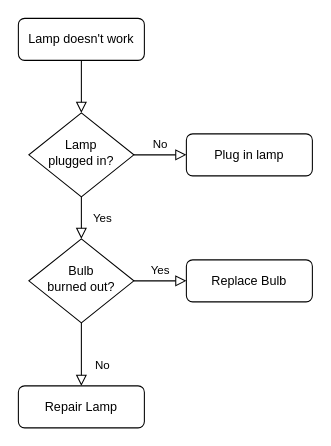
Earlier version of the draw.io diagram Untitled Diagram.drawio (cliffordli/OwnTest). Source tidied: cells renumbered, new cells numbered last; positions are measured from the earlier drawing's top-left corner, leaving out a move shared by most shapes. Both pictures are drawn from the tidied source at 105%, with x=0, y=0 at pixel (18, 18).
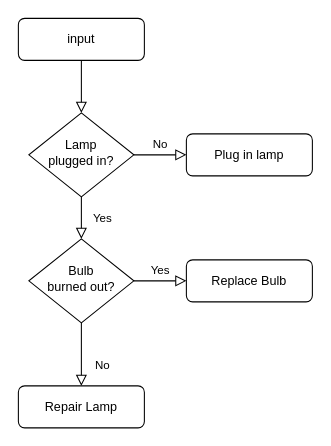
Above is the later version.

What changed in the source:
```diff
@@
 <mxGraphModel>
   <root>
     <mxCell id="0" />
     <mxCell id="1" parent="0" />
     <mxCell id="2" style="rounded=0;html=1;jettySize=auto;fontSize=11;endArrow=block;endFill=0;endSize=8;strokeWidth=1;shadow=0;labelBackgroundColor=none;edgeStyle=orthogonalEdgeStyle;" parent="1" edge="1" source="3" target="6">
       <mxGeometry relative="1" as="geometry" />
     </mxCell>
-    <mxCell id="3" value="Lamp doesn't work" style="rounded=1;whiteSpace=wrap;html=1;fontSize=12;glass=0;strokeWidth=1;shadow=0;" parent="1" vertex="1">
+    <mxCell id="3" value="input" style="rounded=1;whiteSpace=wrap;html=1;fontSize=12;glass=0;strokeWidth=1;shadow=0;" parent="1" vertex="1">
       <mxGeometry width="120" height="40" as="geometry" />
     </mxCell>
     <mxCell id="4" value="Yes" style="rounded=0;html=1;jettySize=auto;fontSize=11;endArrow=block;endFill=0;endSize=8;strokeWidth=1;shadow=0;labelBackgroundColor=none;edgeStyle=orthogonalEdgeStyle;" parent="1" edge="1" source="6" target="10">
       <mxGeometry y="20" relative="1" as="geometry" />
     </mxCell>
     <mxCell id="5" value="No" style="edgeStyle=orthogonalEdgeStyle;rounded=0;html=1;jettySize=auto;fontSize=11;endArrow=block;endFill=0;endSize=8;strokeWidth=1;shadow=0;labelBackgroundColor=none;" parent="1" edge="1" source="6" target="7">
       <mxGeometry y="10" relative="1" as="geometry" />
     </mxCell>
     <mxCell id="6" value="Lamp&lt;br&gt;plugged in?" style="rhombus;whiteSpace=wrap;html=1;shadow=0;fontFamily=Helvetica;fontSize=12;align=center;strokeWidth=1;spacing=6;spacingTop=-4;" parent="1" vertex="1">
       <mxGeometry x="10" y="90" width="100" height="80" as="geometry" />
     </mxCell>
     <mxCell id="7" value="Plug in lamp" style="rounded=1;whiteSpace=wrap;html=1;fontSize=12;glass=0;strokeWidth=1;shadow=0;" parent="1" vertex="1">
       <mxGeometry x="160" y="110" width="120" height="40" as="geometry" />
     </mxCell>
     <mxCell id="8" value="No" style="rounded=0;html=1;jettySize=auto;fontSize=11;endArrow=block;endFill=0;endSize=8;strokeWidth=1;shadow=0;labelBackgroundColor=none;edgeStyle=orthogonalEdgeStyle;" parent="1" edge="1" source="10" target="11">
       <mxGeometry x="0.33" y="20" relative="1" as="geometry" />
     </mxCell>
     <mxCell id="9" value="Yes" style="edgeStyle=orthogonalEdgeStyle;rounded=0;html=1;jettySize=auto;fontSize=11;endArrow=block;endFill=0;endSize=8;strokeWidth=1;shadow=0;labelBackgroundColor=none;" parent="1" edge="1" source="10" target="12">
       <mxGeometry y="10" relative="1" as="geometry" />
     </mxCell>
     <mxCell id="10" value="Bulb&lt;br&gt;burned out?" style="rhombus;whiteSpace=wrap;html=1;shadow=0;fontFamily=Helvetica;fontSize=12;align=center;strokeWidth=1;spacing=6;spacingTop=-4;" parent="1" vertex="1">
       <mxGeometry x="10" y="210" width="100" height="80" as="geometry" />
     </mxCell>
     <mxCell id="11" value="Repair Lamp" style="rounded=1;whiteSpace=wrap;html=1;fontSize=12;glass=0;strokeWidth=1;shadow=0;" parent="1" vertex="1">
       <mxGeometry y="350" width="120" height="40" as="geometry" />
     </mxCell>
     <mxCell id="12" value="Replace Bulb" style="rounded=1;whiteSpace=wrap;html=1;fontSize=12;glass=0;strokeWidth=1;shadow=0;" parent="1" vertex="1">
       <mxGeometry x="160" y="230" width="120" height="40" as="geometry" />
     </mxCell>
   </root>
 </mxGraphModel>
```
